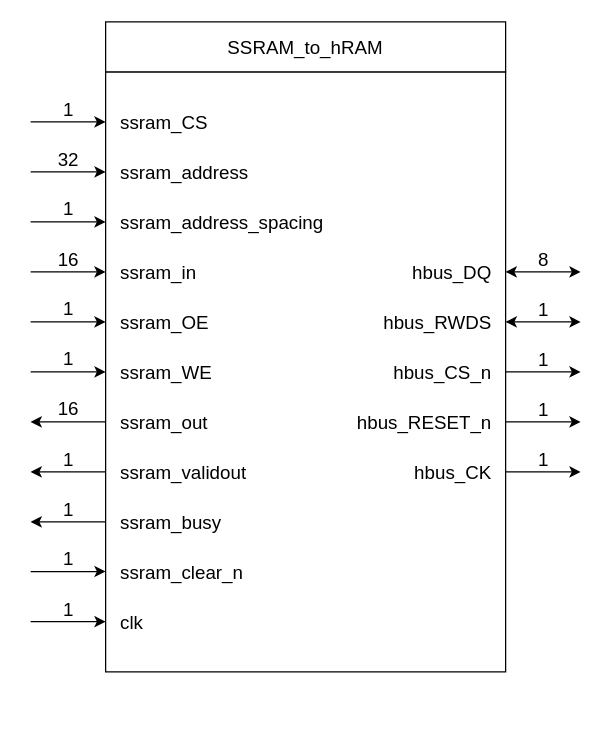
Earlier version of the draw.io diagram page "SSRAM_to_hRAM" (1 of 4) of IP_cores/AvalonMM_to_hRAM/SSRAM_to_hRAM_v1/rtl/SSRAM_to_hRAM.drawio (AndreaBononi/IP_cores). Source tidied: cells renumbered, new cells numbered last; positions are measured from the earlier drawing's top-left corner, leaving out a move shared by most shapes. Both pictures are drawn from the tidied source at 125%, with x=0, y=0 at pixel (30, 21).
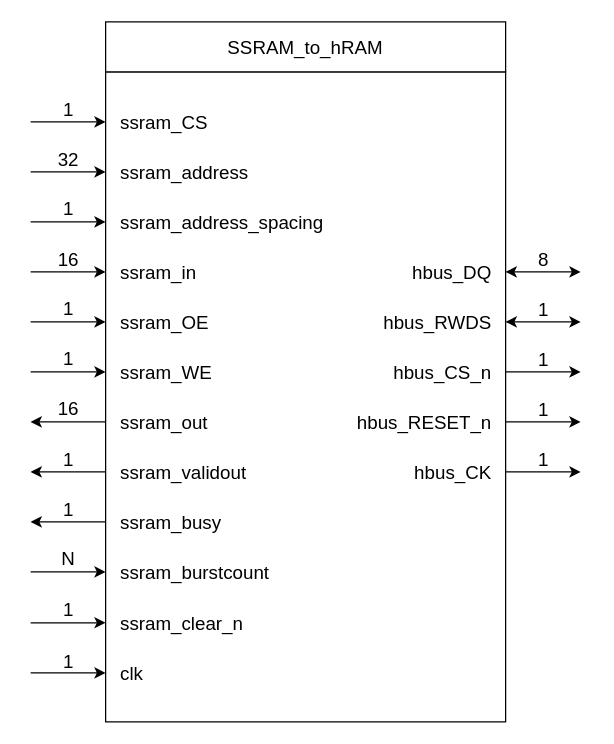
The same diagram, later.

Commit message (it also covers changes not shown here):
SSRAM to hRAM: synchronizer

What changed in the source:
```diff
@@
     <mxCell id="2" style="rounded=0;whiteSpace=wrap;html=1;" parent="1" vertex="1">
-      <mxGeometry x="60" y="40" width="320" height="480" as="geometry" />
+      <mxGeometry x="60" y="40" width="320" height="520" as="geometry" />
     </mxCell>
@@
     <mxCell id="43" style="endArrow=classic;html=1;rounded=0;fontSize=15;" parent="1" edge="1">
       <mxGeometry relative="1" as="geometry">
-        <mxPoint y="439.7" as="sourcePoint" />
-        <mxPoint x="60" y="439.7" as="targetPoint" />
+        <mxPoint y="480.7" as="sourcePoint" />
+        <mxPoint x="60" y="480.7" as="targetPoint" />
       </mxGeometry>
     </mxCell>
     <mxCell id="44" value="1" style="text;html=1;align=center;verticalAlign=middle;strokeColor=none;fillColor=none;fontSize=15;" parent="1" vertex="1">
-      <mxGeometry x="20" y="419" width="20" height="20" as="geometry" />
+      <mxGeometry x="20" y="460" width="20" height="20" as="geometry" />
     </mxCell>
     <mxCell id="45" value="&lt;font style=&quot;font-size: 15px;&quot;&gt;ssram_clear_n&lt;/font&gt;" style="text;html=1;align=left;verticalAlign=middle;strokeColor=none;fillColor=none;rotation=0;" parent="1" vertex="1">
-      <mxGeometry x="70" y="424.7" width="120" height="30" as="geometry" />
+      <mxGeometry x="70" y="465.7" width="120" height="30" as="geometry" />
     </mxCell>
     <mxCell id="46" style="endArrow=classic;html=1;rounded=0;fontSize=15;" parent="1" edge="1">
       <mxGeometry relative="1" as="geometry">
-        <mxPoint y="479.8" as="sourcePoint" />
-        <mxPoint x="60" y="479.8" as="targetPoint" />
+        <mxPoint y="520.8" as="sourcePoint" />
+        <mxPoint x="60" y="520.8" as="targetPoint" />
       </mxGeometry>
     </mxCell>
     <mxCell id="47" value="1" style="text;html=1;align=center;verticalAlign=middle;strokeColor=none;fillColor=none;fontSize=15;" parent="1" vertex="1">
-      <mxGeometry x="20" y="460" width="20" height="20" as="geometry" />
+      <mxGeometry x="20" y="501" width="20" height="20" as="geometry" />
     </mxCell>
     <mxCell id="48" value="&lt;font style=&quot;font-size: 15px;&quot;&gt;clk&lt;/font&gt;" style="text;html=1;align=left;verticalAlign=middle;strokeColor=none;fillColor=none;rotation=0;" parent="1" vertex="1">
-      <mxGeometry x="70" y="465" width="40" height="30" as="geometry" />
+      <mxGeometry x="70" y="506" width="40" height="30" as="geometry" />
     </mxCell>
@@
+    <mxCell id="52" style="endArrow=classic;html=1;rounded=0;fontSize=15;" parent="1" edge="1">
+      <mxGeometry relative="1" as="geometry">
+        <mxPoint y="440" as="sourcePoint" />
+        <mxPoint x="60" y="440" as="targetPoint" />
+      </mxGeometry>
+    </mxCell>
+    <mxCell id="53" value="N" style="text;html=1;align=center;verticalAlign=middle;strokeColor=none;fillColor=none;fontSize=15;" parent="1" vertex="1">
+      <mxGeometry x="15" y="414.3" width="30" height="30" as="geometry" />
+    </mxCell>
+    <mxCell id="54" value="&lt;font style=&quot;font-size: 15px;&quot;&gt;ssram_burstcount&lt;/font&gt;" style="text;html=1;align=left;verticalAlign=middle;strokeColor=none;fillColor=none;rotation=0;" parent="1" vertex="1">
+      <mxGeometry x="70" y="425" width="140" height="30" as="geometry" />
+    </mxCell>
```
